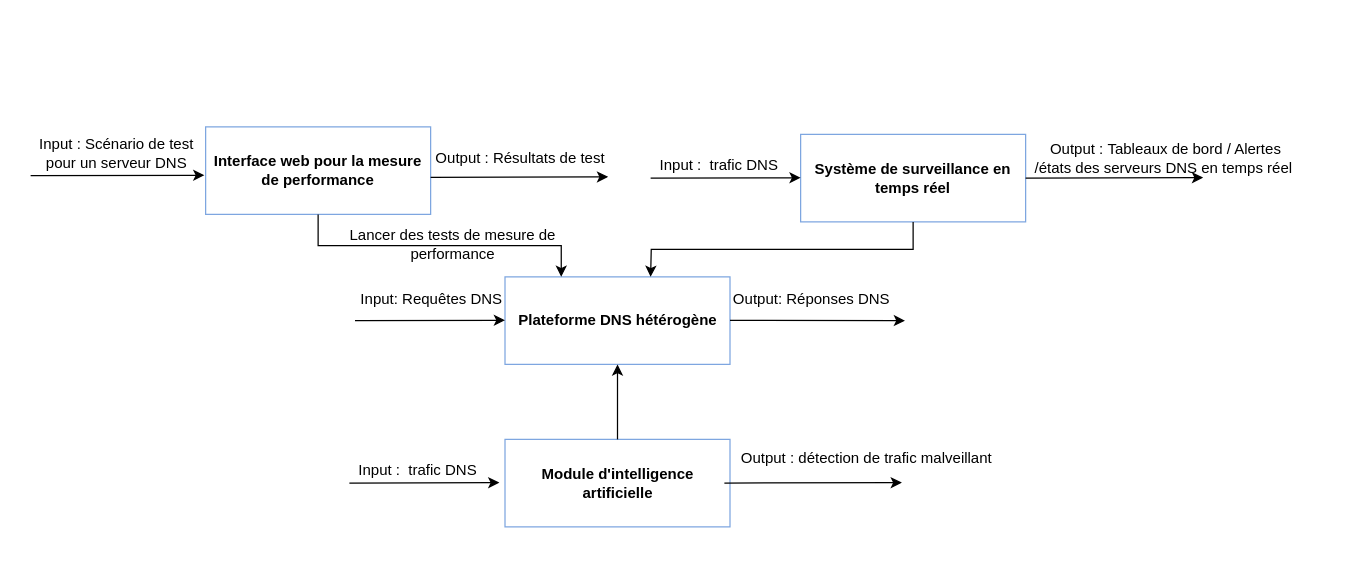
Earlier version of the draw.io diagram Solution.drawio (eya-harbaoui/Diagramms). Source tidied: cells renumbered, new cells numbered last; positions are measured from the earlier drawing's top-left corner, leaving out a move shared by most shapes. Both pictures are drawn from the tidied source at 125%, with x=0, y=0 at pixel (22, 126).
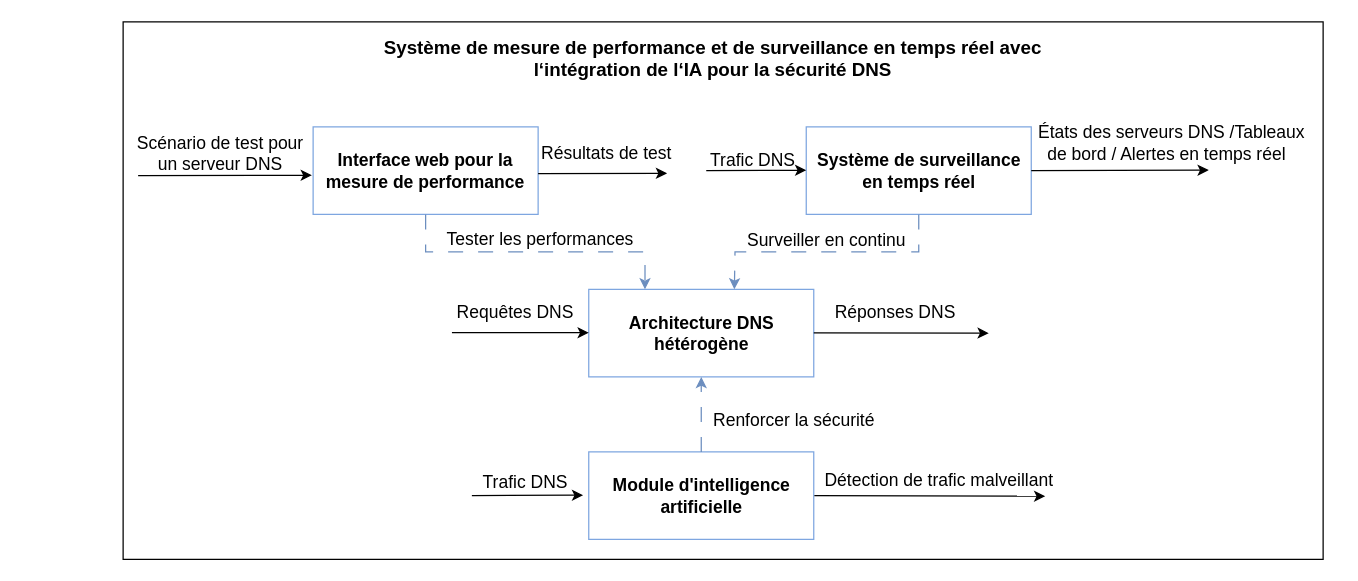
After the change.

Commit message (it also covers changes not shown here):
Mettre à jour Solution.drawio

Change to the diagram source:
```diff
@@
-    <mxCell id="2" value="&lt;b&gt;Plateforme DNS hétérogène&lt;/b&gt;" style="rounded=0;whiteSpace=wrap;html=1;strokeColor=#7EA6E0;" parent="1" vertex="1">
-      <mxGeometry x="385.5" y="120" width="180" height="70" as="geometry" />
+    <mxCell id="2" value="&lt;b&gt;&lt;font style=&quot;font-size: 14px;&quot;&gt;Architecture DNS hétérogène&lt;/font&gt;&lt;/b&gt;" style="rounded=0;whiteSpace=wrap;html=1;strokeColor=#7EA6E0;" parent="1" vertex="1">
+      <mxGeometry x="452.5" y="130" width="180" height="70" as="geometry" />
     </mxCell>
-    <mxCell id="3" value="&lt;b&gt;Interface web pour la mesure de performance&lt;/b&gt;" style="rounded=0;whiteSpace=wrap;html=1;fillColor=#FFFFFF;strokeColor=#7EA6E0;" parent="1" vertex="1">
-      <mxGeometry x="146" width="180" height="70" as="geometry" />
+    <mxCell id="3" value="&lt;b&gt;&lt;font style=&quot;font-size: 14px;&quot;&gt;Interface web pour la mesure de performance&lt;/font&gt;&lt;/b&gt;" style="rounded=0;whiteSpace=wrap;html=1;fillColor=#FFFFFF;strokeColor=#7EA6E0;" parent="1" vertex="1">
+      <mxGeometry x="232" width="180" height="70" as="geometry" />
     </mxCell>
-    <mxCell id="4" value="&lt;b&gt;Système de surveillance en temps réel&lt;/b&gt;" style="rounded=0;whiteSpace=wrap;html=1;strokeColor=#7EA6E0;" parent="1" vertex="1">
-      <mxGeometry x="622" y="6" width="180" height="70" as="geometry" />
+    <mxCell id="4" value="&lt;b&gt;&lt;font style=&quot;font-size: 14px;&quot;&gt;Système de surveillance en temps réel&lt;/font&gt;&lt;/b&gt;" style="rounded=0;whiteSpace=wrap;html=1;strokeColor=#7EA6E0;" parent="1" vertex="1">
+      <mxGeometry x="626.5" width="180" height="70" as="geometry" />
     </mxCell>
-    <mxCell id="5" value="&lt;b&gt;Module d'intelligence artificielle&lt;/b&gt;" style="rounded=0;whiteSpace=wrap;html=1;strokeColor=#7EA6E0;" parent="1" vertex="1">
-      <mxGeometry x="385.5" y="250" width="180" height="70" as="geometry" />
+    <mxCell id="5" value="&lt;b&gt;&lt;font style=&quot;font-size: 14px;&quot;&gt;Module d'intelligence artificielle&lt;/font&gt;&lt;/b&gt;" style="rounded=0;whiteSpace=wrap;html=1;strokeColor=#7EA6E0;" parent="1" vertex="1">
+      <mxGeometry x="452.5" y="260" width="180" height="70" as="geometry" />
     </mxCell>
-    <mxCell id="6" style="endArrow=classic;html=1;rounded=0;" parent="1" edge="1">
+    <mxCell id="6" style="endArrow=classic;html=1;rounded=0;exitX=0.108;exitY=1.052;exitDx=0;exitDy=0;exitPerimeter=0;" parent="1" edge="1" source="8">
       <mxGeometry relative="1" as="geometry">
-        <mxPoint x="265.5" y="155" as="sourcePoint" />
-        <mxPoint x="385.5" y="154.7" as="targetPoint" />
+        <mxPoint x="452.5" y="164.7" as="targetPoint" />
       </mxGeometry>
     </mxCell>
     <mxCell id="7" style="endArrow=classic;html=1;rounded=0;" parent="1" edge="1">
       <mxGeometry relative="1" as="geometry">
-        <mxPoint x="565.5" y="154.7" as="sourcePoint" />
-        <mxPoint x="705.5" y="155" as="targetPoint" />
+        <mxPoint x="632.5" y="164.7" as="sourcePoint" />
+        <mxPoint x="772.5" y="165" as="targetPoint" />
       </mxGeometry>
     </mxCell>
-    <mxCell id="8" value="Input: Requêtes DNS" style="text;html=1;align=center;verticalAlign=middle;whiteSpace=wrap;rounded=0;" parent="1" vertex="1">
-      <mxGeometry x="262" y="123" width="130" height="30" as="geometry" />
+    <mxCell id="8" value="&lt;font style=&quot;font-size: 14px;&quot;&gt;Requêtes DNS&lt;/font&gt;" style="text;html=1;align=center;verticalAlign=middle;whiteSpace=wrap;rounded=0;" parent="1" vertex="1">
+      <mxGeometry x="329" y="133" width="130" height="30" as="geometry" />
     </mxCell>
-    <mxCell id="9" value="Output: Réponses DNS" style="text;html=1;align=center;verticalAlign=middle;whiteSpace=wrap;rounded=0;" parent="1" vertex="1">
-      <mxGeometry x="565.5" y="123" width="130" height="30" as="geometry" />
+    <mxCell id="9" value="&lt;font style=&quot;font-size: 14px;&quot;&gt;Réponses DNS&lt;/font&gt;" style="text;html=1;align=center;verticalAlign=middle;whiteSpace=wrap;rounded=0;" parent="1" vertex="1">
+      <mxGeometry x="632.5" y="133" width="130" height="30" as="geometry" />
     </mxCell>
     <mxCell id="10" style="endArrow=classic;html=1;rounded=0;" parent="1" edge="1">
       <mxGeometry relative="1" as="geometry">
-        <mxPoint x="6" y="39" as="sourcePoint" />
-        <mxPoint x="145" y="38.7" as="targetPoint" />
+        <mxPoint x="92" y="39" as="sourcePoint" />
+        <mxPoint x="231" y="38.7" as="targetPoint" />
       </mxGeometry>
     </mxCell>
-    <mxCell id="11" value="Input : Scénario de test pour un serveur DNS" style="text;html=1;align=center;verticalAlign=middle;whiteSpace=wrap;rounded=0;" parent="1" vertex="1">
-      <mxGeometry y="6" width="150" height="30" as="geometry" />
+    <mxCell id="11" value="&lt;font style=&quot;font-size: 14px;&quot;&gt;Scénario de test pour un serveur DNS&lt;/font&gt;" style="text;html=1;align=center;verticalAlign=middle;whiteSpace=wrap;rounded=0;" parent="1" vertex="1">
+      <mxGeometry x="83" y="6" width="150" height="30" as="geometry" />
     </mxCell>
-    <mxCell id="12" value="Output : Résultats de test" style="text;html=1;align=center;verticalAlign=middle;whiteSpace=wrap;rounded=0;" parent="1" vertex="1">
-      <mxGeometry x="328" y="10" width="140" height="30" as="geometry" />
+    <mxCell id="12" value="&lt;font style=&quot;font-size: 14px;&quot;&gt;Résultats de test&lt;/font&gt;" style="text;html=1;align=center;verticalAlign=middle;whiteSpace=wrap;rounded=0;" parent="1" vertex="1">
+      <mxGeometry x="397" y="6" width="140" height="30" as="geometry" />
     </mxCell>
-    <mxCell id="13" style="endArrow=classic;html=1;rounded=0;entryX=1;entryY=1;entryDx=0;entryDy=0;" parent="1" edge="1" target="12">
+    <mxCell id="13" style="endArrow=classic;html=1;rounded=0;entryX=0.844;entryY=1.039;entryDx=0;entryDy=0;entryPerimeter=0;" parent="1" edge="1" target="12">
       <mxGeometry relative="1" as="geometry">
-        <mxPoint x="326" y="40.3" as="sourcePoint" />
+        <mxPoint x="412" y="37.3" as="sourcePoint" />
       </mxGeometry>
     </mxCell>
-    <mxCell id="14" value="Input :&amp;nbsp; trafic DNS" style="text;html=1;align=center;verticalAlign=middle;whiteSpace=wrap;rounded=0;" parent="1" vertex="1">
-      <mxGeometry x="482" y="16" width="150" height="30" as="geometry" />
+    <mxCell id="14" value="&lt;font style=&quot;font-size: 14px;&quot;&gt;Trafic DNS&lt;/font&gt;" style="text;html=1;align=center;verticalAlign=middle;whiteSpace=wrap;rounded=0;" parent="1" vertex="1">
+      <mxGeometry x="509" y="12" width="150" height="30" as="geometry" />
     </mxCell>
     <mxCell id="15" style="endArrow=classic;html=1;rounded=0;" parent="1" edge="1">
       <mxGeometry relative="1" as="geometry">
-        <mxPoint x="502" y="41" as="sourcePoint" />
-        <mxPoint x="622" y="40.7" as="targetPoint" />
+        <mxPoint x="546.5" y="35" as="sourcePoint" />
+        <mxPoint x="626.5" y="34.7" as="targetPoint" />
       </mxGeometry>
     </mxCell>
     <mxCell id="16" style="endArrow=classic;html=1;rounded=0;entryX=1;entryY=1;entryDx=0;entryDy=0;" parent="1" edge="1">
       <mxGeometry relative="1" as="geometry">
-        <mxPoint x="802" y="40.9" as="sourcePoint" />
-        <mxPoint x="944" y="40.6" as="targetPoint" />
+        <mxPoint x="806.5" y="34.9" as="sourcePoint" />
+        <mxPoint x="948.5" y="34.6" as="targetPoint" />
       </mxGeometry>
     </mxCell>
-    <mxCell id="17" value="Output :&amp;nbsp;Tableaux de bord / Alertes&amp;nbsp;&lt;div&gt;/états des serveurs DNS en temps réel&amp;nbsp;&amp;nbsp;&lt;/div&gt;" style="text;html=1;align=center;verticalAlign=middle;whiteSpace=wrap;rounded=0;" parent="1" vertex="1">
-      <mxGeometry x="782" y="10" width="268" height="30" as="geometry" />
+    <mxCell id="17" value="&lt;font style=&quot;font-size: 14px;&quot;&gt;&lt;a style=&quot;-webkit-tap-highlight-color: rgba(0, 0, 0, 0.1); outline: 0px; text-align: left; background-color: rgb(255, 255, 255);&quot; href=&quot;https://fr.wikipedia.org/wiki/%C3%89#:~:text=Avec%20la%20disposition%20de%20clavier%20fran%C3%A7ais%2C%20sous%20Windows%20%3A,la%20touche%20Alt%20est%20rel%C3%A2ch%C3%A9e.&quot;&gt;&lt;h3 style=&quot;font-weight: 400; margin: 18px 0px 0px; padding: 5px 0px 0px; line-height: 1.3; display: inline-block;&quot; class=&quot;LC20lb MBeuO DKV0Md&quot;&gt;&lt;font color=&quot;#000000&quot; style=&quot;font-size: 14px;&quot; face=&quot;Helvetica&quot;&gt;É&lt;/font&gt;&lt;/h3&gt;&lt;/a&gt;tats des serveurs DNS /Tableaux de bord / Alertes&amp;nbsp;&lt;span style=&quot;background-color: initial;&quot;&gt;en temps réel&amp;nbsp;&amp;nbsp;&lt;/span&gt;&lt;/font&gt;" style="text;html=1;align=center;verticalAlign=middle;whiteSpace=wrap;rounded=0;" parent="1" vertex="1">
+      <mxGeometry x="808.5" y="-15" width="220" height="30" as="geometry" />
     </mxCell>
     <mxCell id="18" style="endArrow=classic;html=1;rounded=0;" parent="1" edge="1">
       <mxGeometry relative="1" as="geometry">
-        <mxPoint x="261" y="284.9" as="sourcePoint" />
-        <mxPoint x="381" y="284.6" as="targetPoint" />
+        <mxPoint x="359" y="295" as="sourcePoint" />
+        <mxPoint x="448" y="294.6" as="targetPoint" />
       </mxGeometry>
     </mxCell>
-    <mxCell id="19" value="Input :&amp;nbsp; trafic DNS" style="text;html=1;align=center;verticalAlign=middle;whiteSpace=wrap;rounded=0;" parent="1" vertex="1">
-      <mxGeometry x="241" y="260" width="150" height="30" as="geometry" />
+    <mxCell id="19" value="&lt;font style=&quot;font-size: 14px;&quot;&gt;Trafic DNS&lt;/font&gt;" style="text;html=1;align=center;verticalAlign=middle;whiteSpace=wrap;rounded=0;" parent="1" vertex="1">
+      <mxGeometry x="327" y="269" width="150" height="30" as="geometry" />
     </mxCell>
-    <mxCell id="20" value="Output : détection de trafic malveillant" style="text;html=1;align=center;verticalAlign=middle;whiteSpace=wrap;rounded=0;" parent="1" vertex="1">
-      <mxGeometry x="541" y="250" width="268" height="30" as="geometry" />
+    <mxCell id="20" value="&lt;font style=&quot;font-size: 14px;&quot;&gt;Détection de trafic malveillant&lt;/font&gt;" style="text;html=1;align=center;verticalAlign=middle;whiteSpace=wrap;rounded=0;" parent="1" vertex="1">
+      <mxGeometry x="599" y="268" width="268" height="30" as="geometry" />
     </mxCell>
-    <mxCell id="21" style="endArrow=classic;html=1;rounded=0;entryX=1;entryY=1;entryDx=0;entryDy=0;" parent="1" edge="1">
+    <mxCell id="21" style="endArrow=classic;html=1;rounded=0;entryX=0.816;entryY=0.917;entryDx=0;entryDy=0;entryPerimeter=0;" parent="1" edge="1" target="20">
       <mxGeometry relative="1" as="geometry">
-        <mxPoint x="561" y="284.9" as="sourcePoint" />
-        <mxPoint x="703" y="284.6" as="targetPoint" />
+        <mxPoint x="633" y="294.9" as="sourcePoint" />
       </mxGeometry>
     </mxCell>
-    <mxCell id="22" style="endArrow=classic;html=1;rounded=0;exitX=0.5;exitY=1;exitDx=0;exitDy=0;entryX=0.25;entryY=0;entryDx=0;entryDy=0;edgeStyle=orthogonalEdgeStyle;" parent="1" edge="1" source="3" target="2">
+    <mxCell id="22" style="endArrow=classic;html=1;rounded=0;exitX=0.5;exitY=1;exitDx=0;exitDy=0;entryX=0.25;entryY=0;entryDx=0;entryDy=0;edgeStyle=orthogonalEdgeStyle;fillColor=#dae8fc;strokeColor=#6c8ebf;dashed=1;dashPattern=12 12;" parent="1" edge="1" source="3" target="2">
       <mxGeometry relative="1" as="geometry" />
     </mxCell>
-    <mxCell id="23" value="Lancer des tests de mesure de performance" style="text;html=1;align=center;verticalAlign=middle;whiteSpace=wrap;rounded=0;" parent="1" vertex="1">
-      <mxGeometry x="236" y="79" width="216" height="30" as="geometry" />
-    </mxCell>
-    <mxCell id="24" style="endArrow=classic;html=1;rounded=0;exitX=0.5;exitY=1;exitDx=0;exitDy=0;edgeStyle=orthogonalEdgeStyle;" parent="1" edge="1" source="4">
+    <mxCell id="24" style="endArrow=classic;html=1;rounded=0;exitX=0.5;exitY=1;exitDx=0;exitDy=0;edgeStyle=orthogonalEdgeStyle;fillColor=#dae8fc;strokeColor=#6c8ebf;dashed=1;dashPattern=12 12;" parent="1" edge="1" source="4">
       <mxGeometry relative="1" as="geometry">
-        <mxPoint x="502" y="120" as="targetPoint" />
+        <mxPoint x="569" y="130" as="targetPoint" />
       </mxGeometry>
     </mxCell>
-    <mxCell id="25" style="endArrow=classic;html=1;rounded=0;entryX=0.5;entryY=1;entryDx=0;entryDy=0;exitX=0.5;exitY=0;exitDx=0;exitDy=0;" parent="1" edge="1" source="5" target="2">
+    <mxCell id="25" style="endArrow=classic;html=1;rounded=0;entryX=0.5;entryY=1;entryDx=0;entryDy=0;exitX=0.5;exitY=0;exitDx=0;exitDy=0;fillColor=#dae8fc;strokeColor=#6c8ebf;dashed=1;dashPattern=12 12;" parent="1" edge="1" source="5" target="2">
       <mxGeometry relative="1" as="geometry" />
     </mxCell>
+    <mxCell id="26" value="&lt;font style=&quot;font-size: 14px;&quot;&gt;Surveiller en continu&lt;/font&gt;" style="text;html=1;align=center;verticalAlign=middle;whiteSpace=wrap;rounded=0;" parent="1" vertex="1">
+      <mxGeometry x="534.5" y="76" width="216" height="30" as="geometry" />
+    </mxCell>
+    <mxCell id="27" value="&lt;font style=&quot;font-size: 14px;&quot;&gt;Renforcer la sécurité&lt;/font&gt;" style="text;html=1;align=center;verticalAlign=middle;whiteSpace=wrap;rounded=0;" parent="1" vertex="1">
+      <mxGeometry x="509" y="220" width="216" height="30" as="geometry" />
+    </mxCell>
+    <mxCell id="28" value="&lt;font style=&quot;font-size: 14px;&quot;&gt;Tester les performances&lt;/font&gt;" style="text;html=1;align=center;verticalAlign=middle;whiteSpace=wrap;rounded=0;" parent="1" vertex="1">
+      <mxGeometry x="329" y="75" width="170" height="30" as="geometry" />
+    </mxCell>
+    <mxCell id="29" style="rounded=0;whiteSpace=wrap;html=1;fillColor=none;" parent="1" vertex="1">
+      <mxGeometry x="80" y="-84" width="960" height="430" as="geometry" />
+    </mxCell>
+    <mxCell id="30" value="&lt;b&gt;&lt;font style=&quot;font-size: 15px;&quot;&gt;Système de mesure de performance et de surveillance en temps réel avec l‘intégration de l‘IA pour la sécurité DNS&lt;/font&gt;&lt;/b&gt;" style="text;html=1;align=center;verticalAlign=middle;whiteSpace=wrap;rounded=0;" parent="1" vertex="1">
+      <mxGeometry x="247" y="-70" width="610" height="30" as="geometry" />
+    </mxCell>
```
